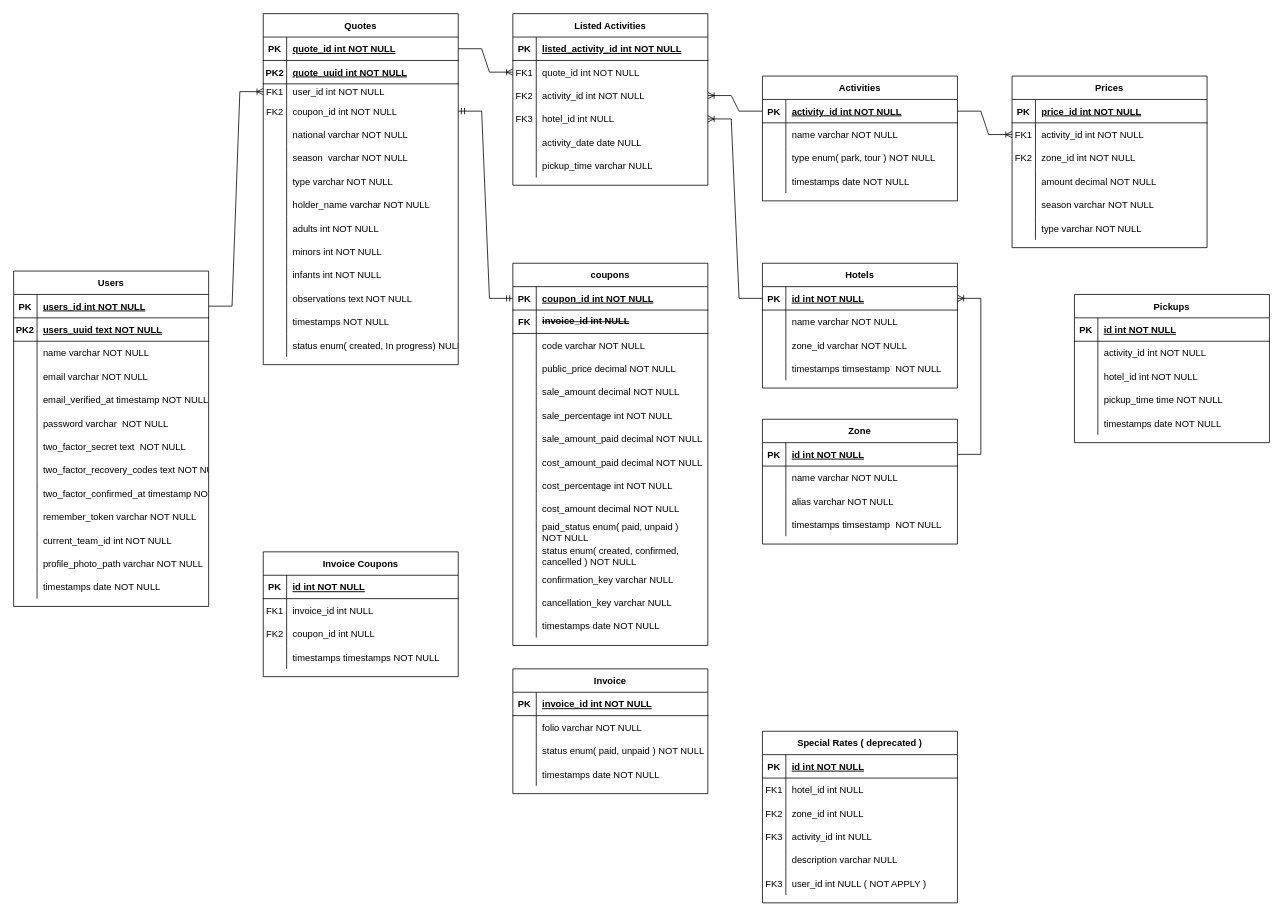
Pcbtroniks/quote keeps this draw.io diagram as Diagrama sin título.drawio. Above is the earlier version. Source tidied: cells renumbered, new cells numbered last; positions are measured from the earlier drawing's top-left corner, leaving out a move shared by most shapes. Both pictures are drawn from the tidied source at 78%, with x=0, y=0 at pixel (13, 13).
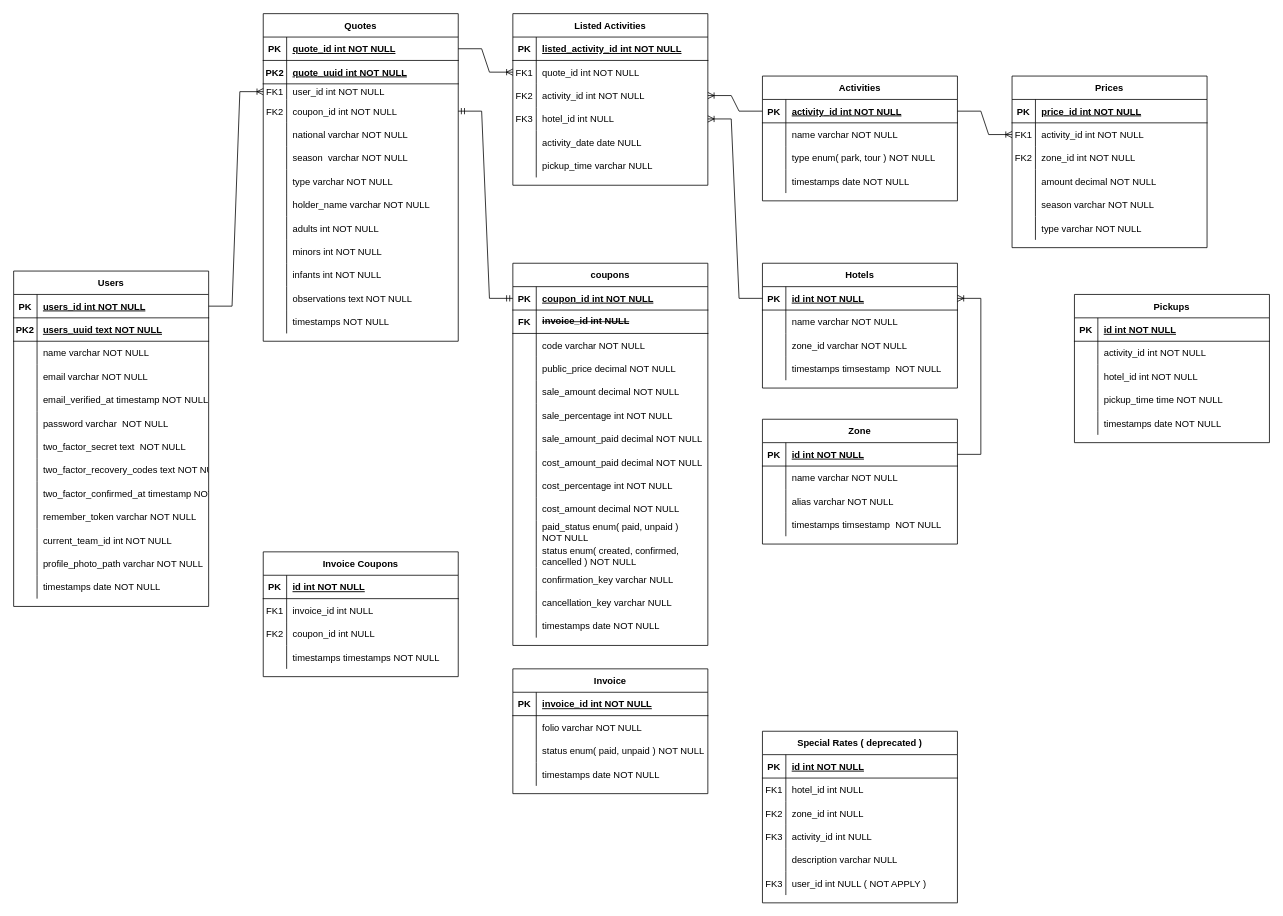
Above is the later version.

Commit message:
Refactor\ Coupons, removed status col

Change to the diagram source:
```diff
@@
     <mxCell id="2" value="Quotes" style="shape=table;startSize=30;childLayout=tableLayout;rowLines=0;fontStyle=1;align=center;" parent="1" vertex="1">
-      <mxGeometry x="320" width="250" height="450" as="geometry" />
+      <mxGeometry x="320" width="250" height="420" as="geometry" />
     </mxCell>
@@
-    <mxCell id="42" style="shape=partialRectangle;fillColor=none;top=0;left=0;right=0;bottom=0;" parent="2" vertex="1">
-      <mxGeometry y="410" width="250" height="30" as="geometry" />
-    </mxCell>
-    <mxCell id="43" style="shape=partialRectangle;overflow=hidden;fillColor=none;top=0;left=0;bottom=0;right=0;" parent="42" vertex="1">
-      <mxGeometry width="30" height="30" as="geometry" />
-    </mxCell>
-    <mxCell id="44" value="status enum( created, In progress) NULL" style="shape=partialRectangle;overflow=hidden;fillColor=none;top=0;left=0;bottom=0;right=0;align=left;spacingLeft=6;" parent="42" vertex="1">
-      <mxGeometry x="30" width="220" height="30" as="geometry" />
-    </mxCell>
```
